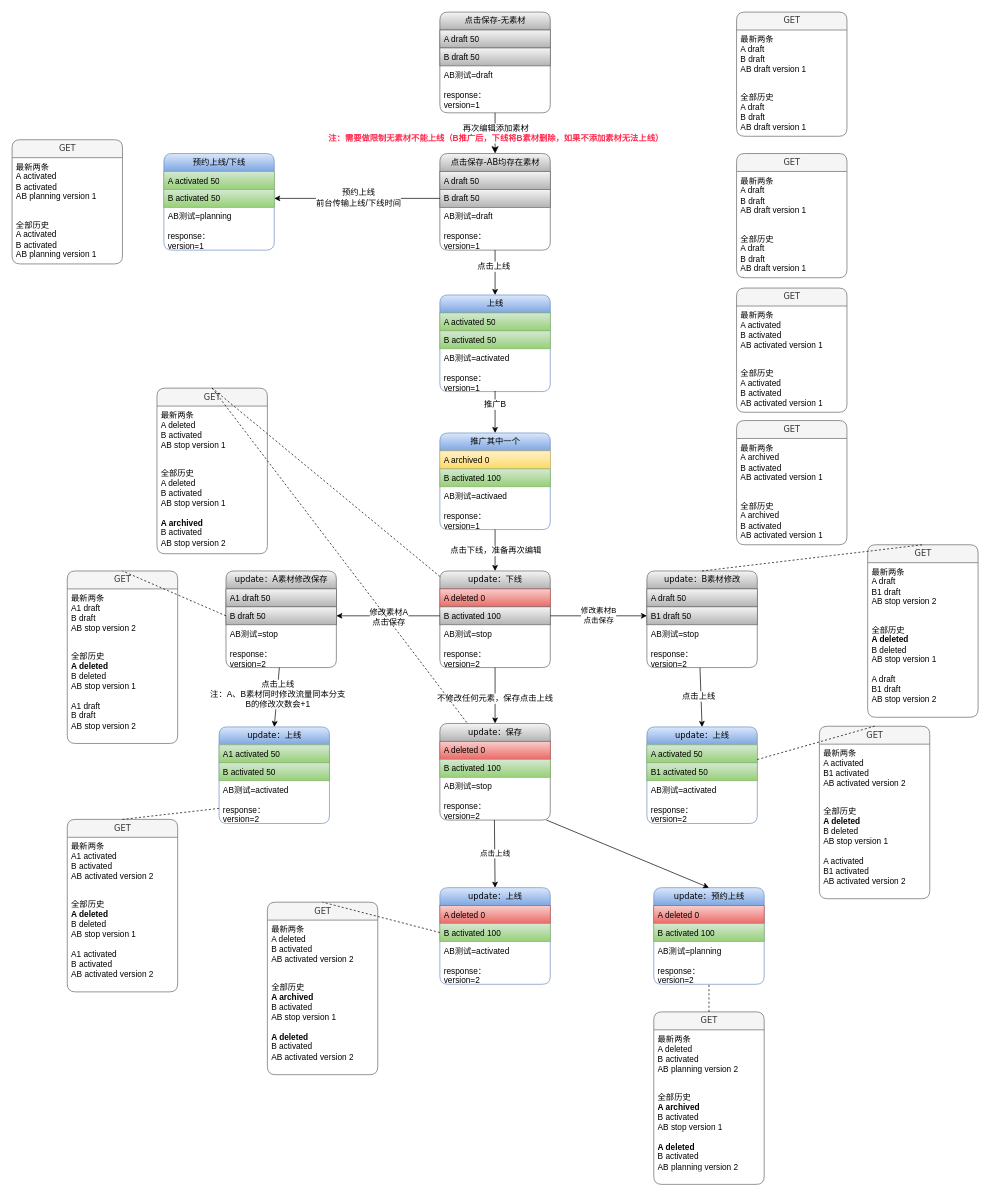
This is 未命名表单.drawio from hzhang123/DrawImage, a draw.io file, before an edit. Source tidied: cells renumbered, new cells numbered last; positions are measured from the earlier drawing's top-left corner, leaving out a move shared by most shapes. Both pictures are drawn from the tidied source at 69%, with x=0, y=0 at pixel (12, 12).
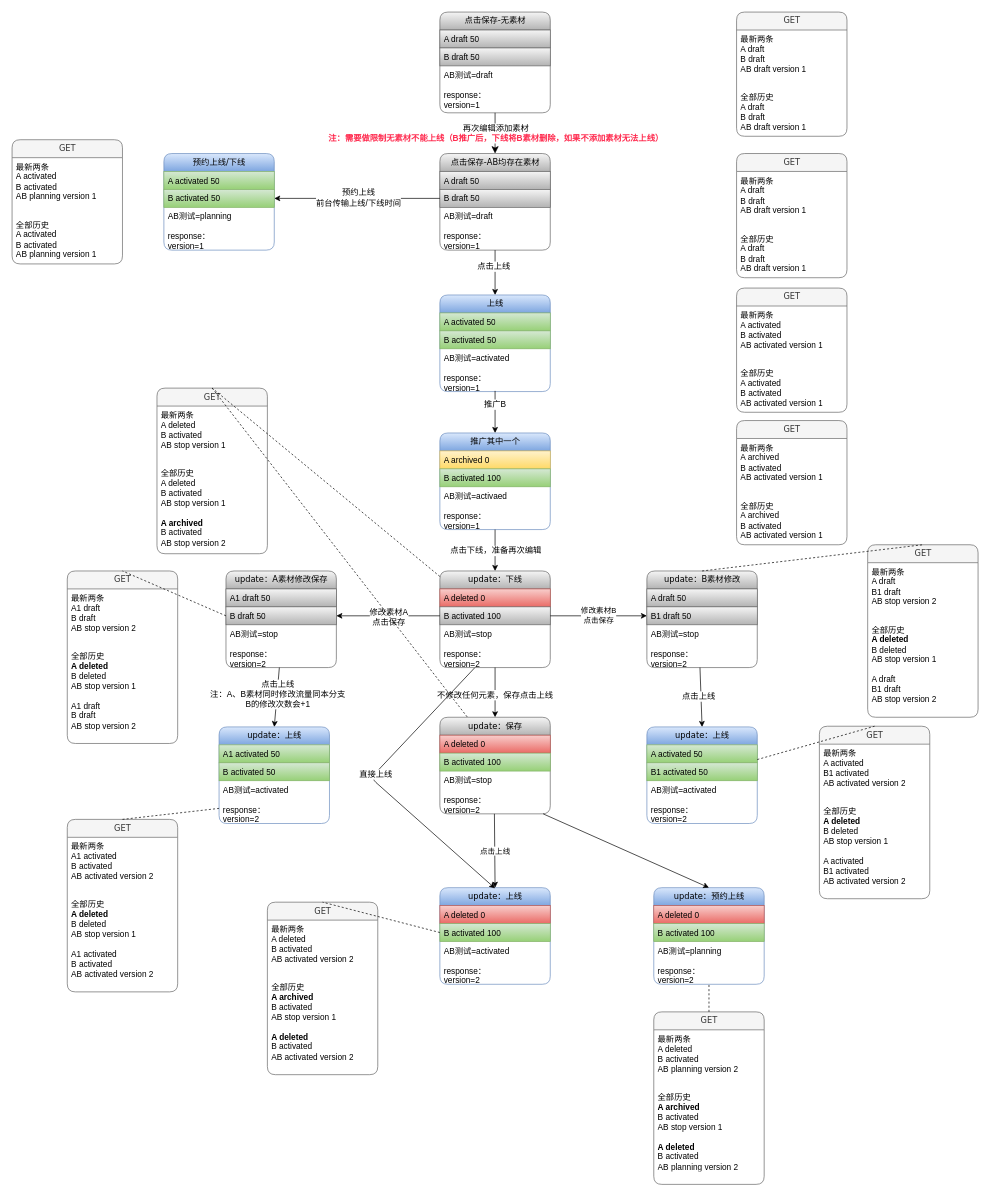
The same diagram, later.

The change refers to these unchanged cells:
```xml
<mxCell id="27" value="AB测试=stop&lt;br&gt;&lt;br&gt;response：&lt;br&gt;version=2" style="text;html=1;strokeColor=none;fillColor=none;spacingLeft=4;spacingRight=4;whiteSpace=wrap;overflow=hidden;points=[[0,0.5],[1,0.5]];portConstraint=eastwest;" parent="24" vertex="1">
  <mxGeometry y="78" width="160" height="62" as="geometry" />
</mxCell>
```

The edit, as a diff of the source:
```diff
@@
     <mxCell id="79" value="update：保存" style="swimlane;html=1;fontStyle=0;horizontal=1;startSize=26;fillColor=#f5f5f5;swimlaneFillColor=#ffffff;align=center;rounded=1;shadow=0;comic=0;labelBackgroundColor=none;strokeColor=#666666;strokeWidth=1;fontFamily=Verdana;fontSize=12;gradientColor=#b3b3b3;" parent="1" vertex="1">
-      <mxGeometry x="620" y="1031" width="160" height="140" as="geometry" />
+      <mxGeometry x="620" y="1022" width="160" height="140" as="geometry" />
     </mxCell>
@@
+    <mxCell id="119" style="endArrow=classic;html=1;" parent="1" edge="1" source="27">
+      <mxGeometry relative="1" as="geometry">
+        <mxPoint x="700" y="1270" as="targetPoint" />
+        <Array as="points">
+          <mxPoint x="520" y="1110" />
+        </Array>
+      </mxGeometry>
+    </mxCell>
+    <mxCell id="120" value="直接上线" style="text;html=1;align=center;verticalAlign=middle;labelBackgroundColor=#ffffff;" parent="119" vertex="1">
+      <mxGeometry x="-0.08" y="-1" relative="1" as="geometry">
+        <mxPoint x="2" y="0.5" as="offset" />
+      </mxGeometry>
+    </mxCell>
```
